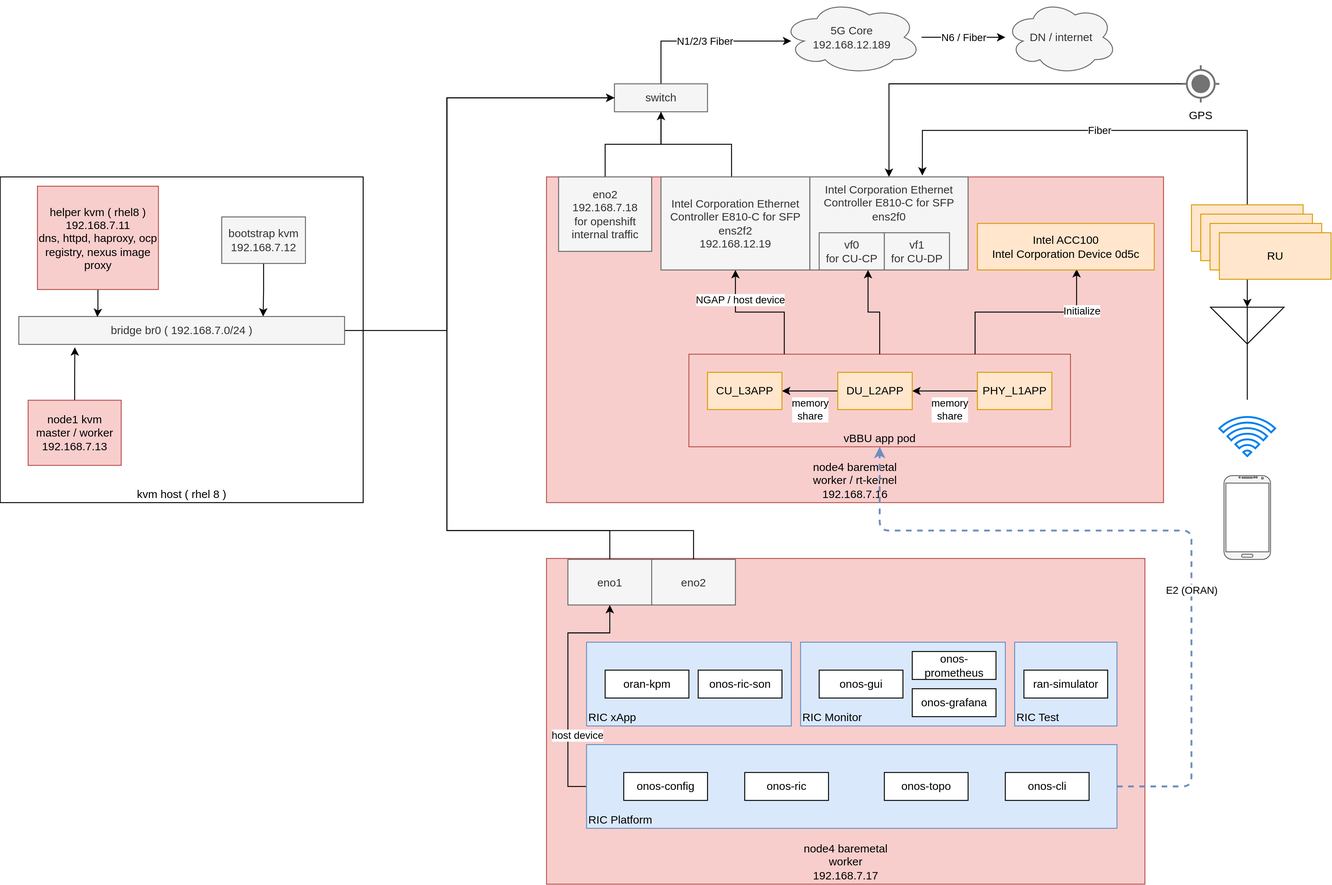
The draw.io diagram redhat/ocp4/4.10/dia/4.9.real-time.kernel.drawio.svg in wangzheng422/docker_env, before a commit. Source tidied: cells renumbered, new cells last; positions are measured from the earlier drawing's top-left corner, leaving out a move shared by most shapes.
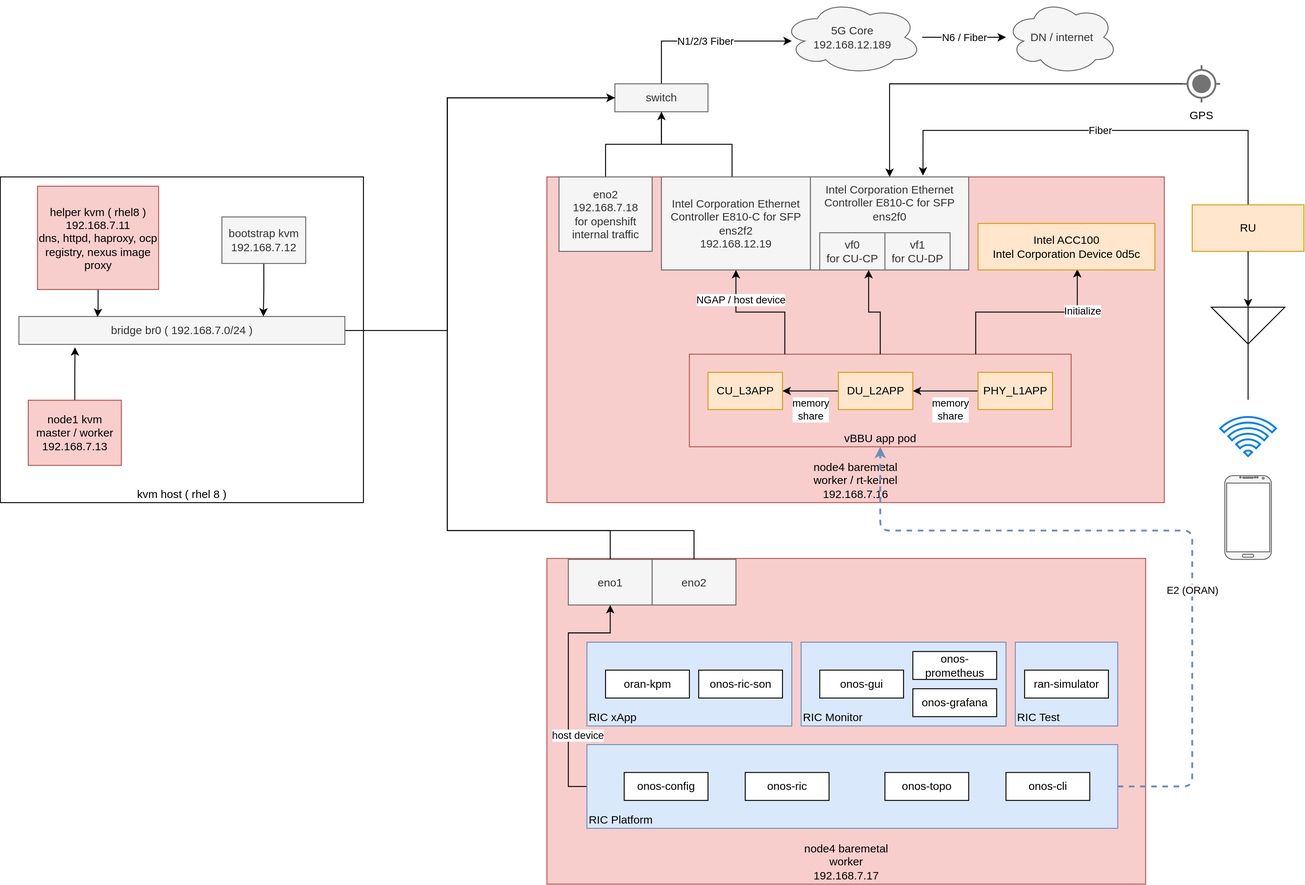
The same file after the commit.

The edit, as a diff of the source:
```diff
@@ -173,15 +173,6 @@
     <mxCell id="45" value="CU_L3APP" style="rounded=0;whiteSpace=wrap;html=1;verticalAlign=middle;fillColor=#ffe6cc;strokeColor=#d79b00;" parent="16" vertex="1">
       <mxGeometry x="760" y="400" width="80" height="40" as="geometry" />
     </mxCell>
-    <mxCell id="46" value="RU" style="rounded=0;whiteSpace=wrap;html=1;fillColor=#ffe6cc;strokeColor=#d79b00;" parent="16" vertex="1">
-      <mxGeometry x="1290" y="230" width="120" height="50" as="geometry" />
-    </mxCell>
-    <mxCell id="47" value="RU" style="rounded=0;whiteSpace=wrap;html=1;fillColor=#ffe6cc;strokeColor=#d79b00;" parent="16" vertex="1">
-      <mxGeometry x="1300" y="240" width="120" height="50" as="geometry" />
-    </mxCell>
-    <mxCell id="48" value="RU" style="rounded=0;whiteSpace=wrap;html=1;fillColor=#ffe6cc;strokeColor=#d79b00;" parent="16" vertex="1">
-      <mxGeometry x="1310" y="250" width="120" height="50" as="geometry" />
-    </mxCell>
     <mxCell id="49" value="onos-config" style="rounded=0;whiteSpace=wrap;html=1;align=center;verticalAlign=middle;" parent="16" vertex="1">
       <mxGeometry x="670" y="830" width="90" height="30" as="geometry" />
     </mxCell>
```
